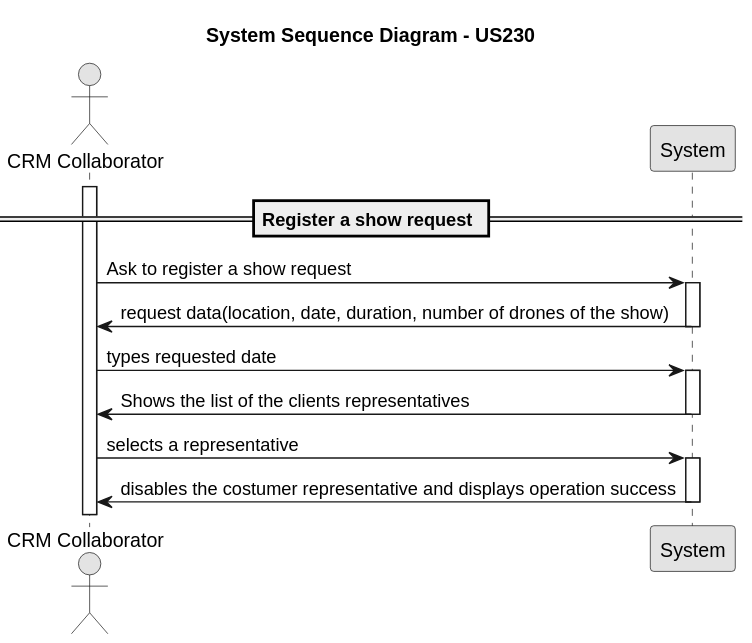
This is docs/Sprint2/us_230/images/system-sequence-diagram-US230.svg from rubenFreitas1/ISEP-LAPR4-2024-2025, a PlantUML export, as it was before one commit.
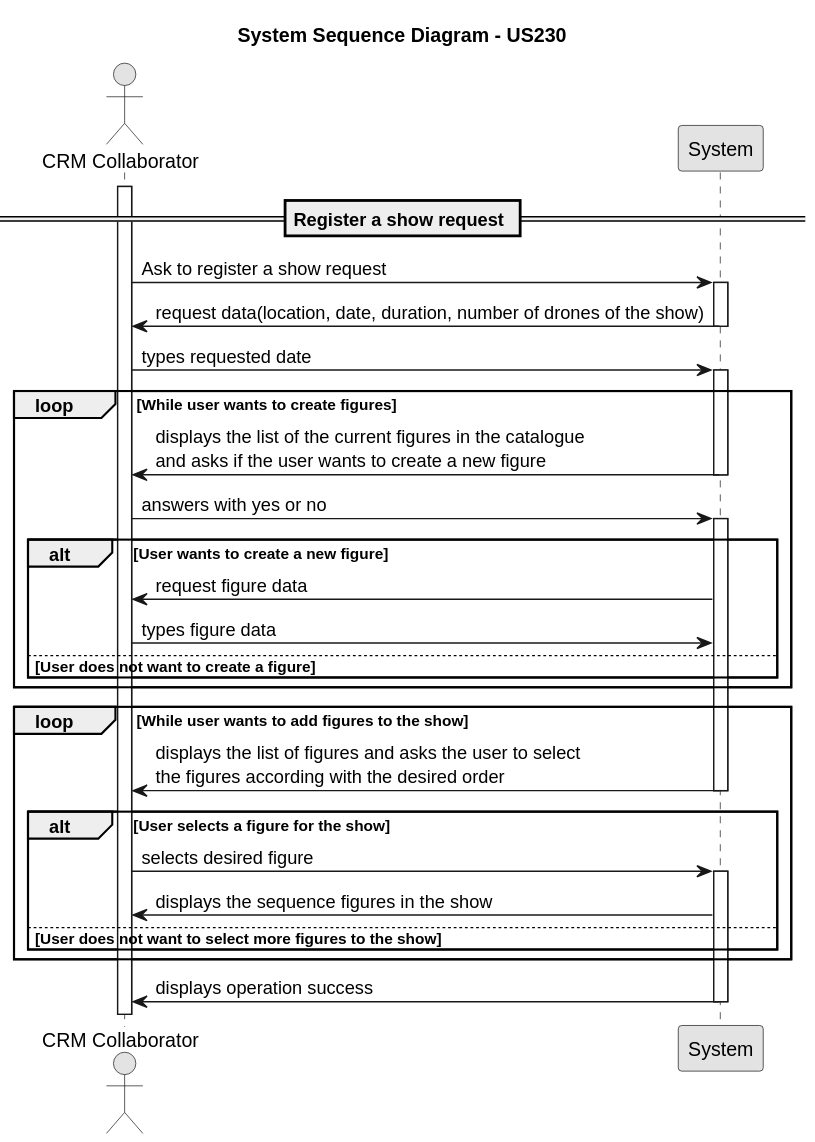
Later version of the same file.

Change to the diagram source:
```diff
@@ -20,13 +20,33 @@
      crmCollaborator -> system : types requested date
      activate system
 
-         system -> crmCollaborator : Shows the list of the clients representatives
+         loop While user wants to create figures
+         system -> crmCollaborator : displays the list of the current figures in the catalogue \nand asks if the user wants to create a new figure
      deactivate system
 
-     crmCollaborator -> system : selects a representative
+     crmCollaborator -> system : answers with yes or no
      activate system
 
-         system -> crmCollaborator : disables the costumer representative and displays operation success
+         alt User wants to create a new figure
+            system -> crmCollaborator : request figure data
+            crmCollaborator -> system : types figure data
+         else User does not want to create a figure
+
+         end
+         end
+
+         loop While user wants to add figures to the show
+         system -> crmCollaborator : displays the list of figures and asks the user to select \nthe figures according with the desired order
      deactivate system
+     alt User selects a figure for the show
+     crmCollaborator -> system : selects desired figure
+     activate system
 
+        system -> crmCollaborator : displays the sequence figures in the show
+        else User does not want to select more figures to the show
+        end
+        end
+
+        system -> crmCollaborator : displays operation success
+     deactivate system
  @enduml
```
